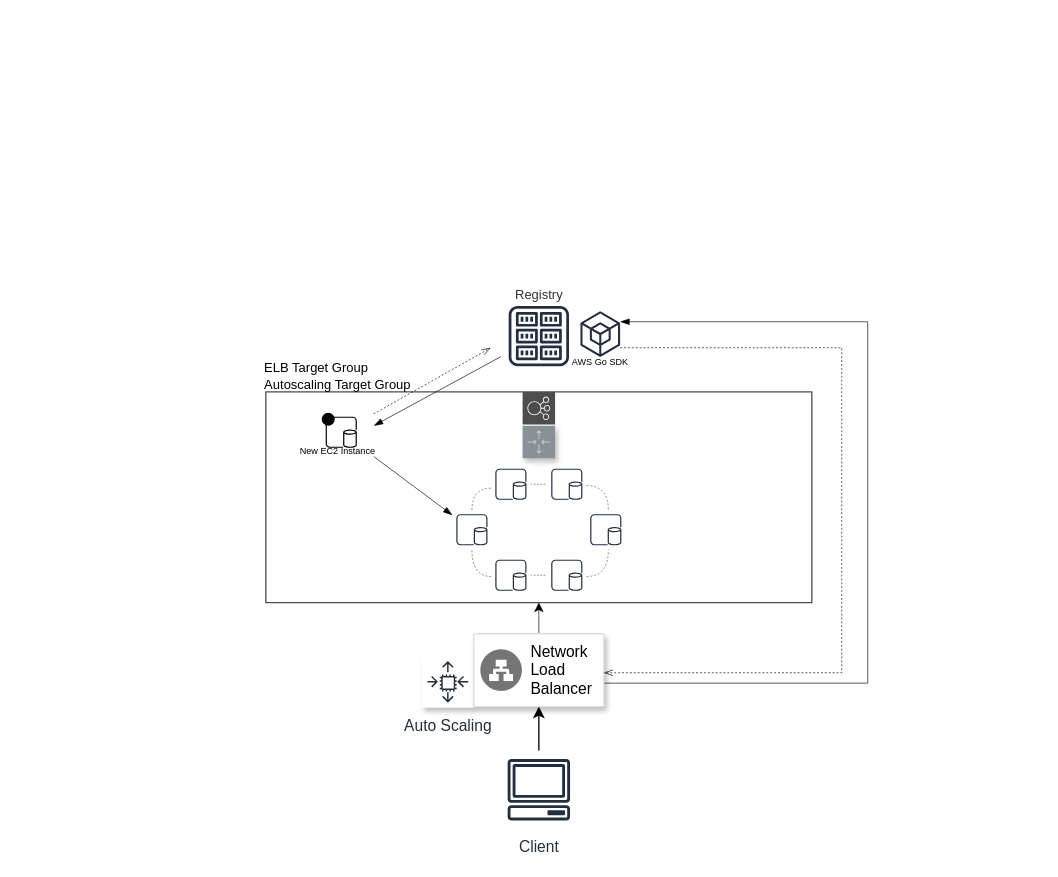
Earlier version of the draw.io diagram page "Ring Joining" (5 of 7) of .doc/diagrams/System Architecture.drawio (danilo-dellorco/JDSys). Source tidied: cells renumbered, new cells numbered last; positions are measured from the earlier drawing's top-left corner, leaving out a move shared by most shapes. Both pictures are drawn from the tidied source at 130%, with x=0, y=0 at pixel (252, 281).
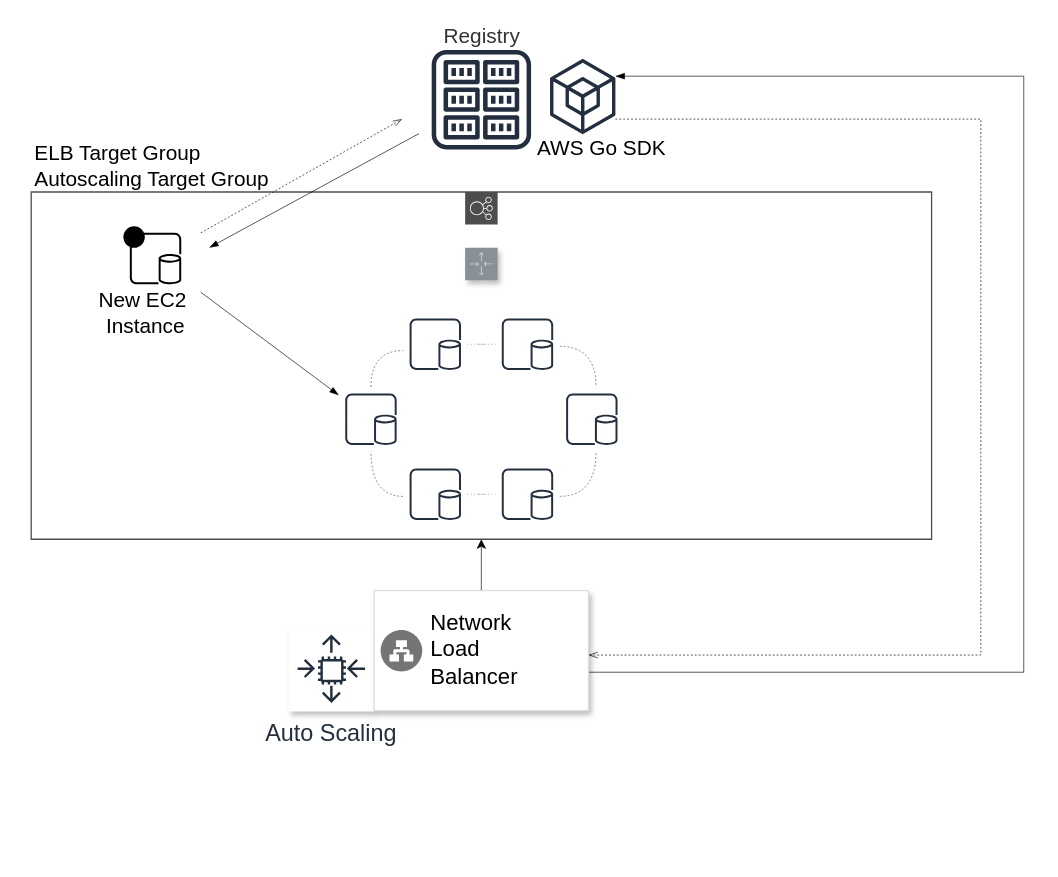
After the change.

Change to the diagram source:
```diff
@@
-    <mxCell id="2" value="Auto Scaling" style="sketch=0;fontColor=#232F3E;gradientColor=none;strokeColor=#232F3E;fillColor=default;dashed=0;verticalLabelPosition=bottom;verticalAlign=top;align=center;html=1;fontSize=12;fontStyle=0;shape=mxgraph.aws4.resourceIcon;resIcon=mxgraph.aws4.auto_scaling;strokeWidth=2;perimeterSpacing=6;shadow=1;" parent="1" vertex="1">
-      <mxGeometry x="130" y="288" width="40" height="40" as="geometry" />
+    <mxCell id="2" value="Auto Scaling" style="sketch=0;fontColor=#232F3E;gradientColor=none;strokeColor=#232F3E;fillColor=default;dashed=0;verticalLabelPosition=bottom;verticalAlign=top;align=center;html=1;fontSize=18;fontStyle=0;shape=mxgraph.aws4.resourceIcon;resIcon=mxgraph.aws4.auto_scaling;strokeWidth=2;perimeterSpacing=6;shadow=1;" parent="1" vertex="1">
+      <mxGeometry x="27.4" y="264.9" width="66" height="66" as="geometry" />
     </mxCell>
     <mxCell id="3" style="sketch=0;outlineConnect=0;gradientColor=none;html=1;whiteSpace=wrap;fontSize=12;fontStyle=0;shape=mxgraph.aws4.groupCenter;grIcon=mxgraph.aws4.group_elastic_load_balancing;grStroke=1;strokeColor=#4D4D4D;fillColor=none;verticalAlign=top;align=center;fontColor=#007DBC;dashed=0;spacingTop=25;" parent="1" vertex="1">
-      <mxGeometry x="10" y="85" width="420" height="162" as="geometry" />
+      <mxGeometry x="-170.5" y="-68.8" width="692.6" height="267.1" as="geometry" />
     </mxCell>
-    <mxCell id="4" style="edgeStyle=orthogonalEdgeStyle;rounded=0;jettySize=auto;html=1;entryX=0.5;entryY=1;entryDx=0;entryDy=0;" parent="1" edge="1" source="5" target="9">
-      <mxGeometry relative="1" as="geometry" />
-    </mxCell>
-    <mxCell id="5" value="Client" style="sketch=0;outlineConnect=0;fontColor=#232F3E;gradientColor=none;strokeColor=#232F3E;fillColor=#ffffff;dashed=0;verticalLabelPosition=bottom;verticalAlign=top;align=center;html=1;fontSize=12;fontStyle=0;shape=mxgraph.aws4.resourceIcon;resIcon=mxgraph.aws4.client;" parent="1" vertex="1">
-      <mxGeometry x="190" y="361" width="60" height="60" as="geometry" />
-    </mxCell>
     <mxCell id="6" style="sketch=0;outlineConnect=0;fontColor=#232F3E;gradientColor=none;fillColor=#232F3E;strokeColor=none;dashed=0;verticalLabelPosition=bottom;verticalAlign=top;align=center;html=1;fontSize=12;fontStyle=0;shape=mxgraph.aws4.external_sdk;" parent="1" vertex="1">
-      <mxGeometry x="252" y="23" width="30.5" height="35" as="geometry" />
+      <mxGeometry x="228.6" y="-171.1" width="50.3" height="57.7" as="geometry" />
     </mxCell>
@@
     <mxCell id="8" style="edgeStyle=orthogonalEdgeStyle;rounded=0;jettySize=auto;html=1;fontSize=7;startArrow=none;startFill=0;endArrow=blockThin;endFill=1;strokeColor=default;strokeWidth=0.5;" parent="1" edge="1" source="9" target="6">
       <mxGeometry relative="1" as="geometry">
         <Array as="points">
-          <mxPoint x="473" y="309" />
-          <mxPoint x="473" y="31" />
+          <mxPoint x="593" y="300.6" />
+          <mxPoint x="593" y="-157.9" />
         </Array>
       </mxGeometry>
     </mxCell>
     <mxCell id="9" style="strokeColor=#dddddd;shadow=1;strokeWidth=1;rounded=1;absoluteArcSize=1;arcSize=2;" parent="1" vertex="1">
-      <mxGeometry x="170" y="271" width="100" height="56" as="geometry" />
+      <mxGeometry x="93.3" y="237.9" width="164.9" height="92.3" as="geometry" />
     </mxCell>
-    <mxCell id="10" value="Network&#10;Load&#10;Balancer" style="sketch=0;dashed=0;html=1;fillColor=#757575;strokeColor=none;shape=mxgraph.gcp2.network_load_balancer;labelPosition=right;verticalLabelPosition=middle;align=left;verticalAlign=middle;spacingLeft=5;fontSize=12;" parent="9" vertex="1">
+    <mxCell id="10" value="Network&#10;Load&#10;Balancer" style="sketch=0;dashed=0;html=1;fillColor=#757575;strokeColor=none;shape=mxgraph.gcp2.network_load_balancer;labelPosition=right;verticalLabelPosition=middle;align=left;verticalAlign=middle;spacingLeft=5;fontSize=17;" parent="9" vertex="1">
       <mxGeometry y="0.5" width="32" height="32" relative="1" as="geometry">
         <mxPoint x="5" y="-16" as="offset" />
       </mxGeometry>
     </mxCell>
-    <mxCell id="11" style="edgeStyle=orthogonalEdgeStyle;curved=1;rounded=0;jettySize=auto;html=1;fontSize=10;startArrow=none;startFill=0;endArrow=none;endFill=0;strokeColor=#4D4D4D;strokeWidth=0.5;dashed=1;" parent="1" edge="1" source="12" target="28">
-      <mxGeometry relative="1" as="geometry">
-        <Array as="points">
-          <mxPoint x="168.5" y="159" />
-        </Array>
-      </mxGeometry>
-    </mxCell>
     <mxCell id="12" style="sketch=0;outlineConnect=0;fontColor=#232F3E;gradientColor=none;strokeColor=#232F3E;fillColor=#ffffff;dashed=0;verticalLabelPosition=bottom;verticalAlign=top;align=center;html=1;fontSize=12;fontStyle=0;shape=mxgraph.aws4.resourceIcon;resIcon=mxgraph.aws4.db_on_instance;" parent="1" vertex="1">
-      <mxGeometry x="153.5" y="176" width="30" height="30" as="geometry" />
+      <mxGeometry x="66.1" y="81.2" width="49.5" height="49.5" as="geometry" />
     </mxCell>
@@
     <mxCell id="14" style="sketch=0;outlineConnect=0;fontColor=#232F3E;strokeColor=#000000;fillColor=none;verticalLabelPosition=bottom;verticalAlign=top;align=center;html=1;fontSize=12;fontStyle=0;shape=mxgraph.aws4.resourceIcon;resIcon=mxgraph.aws4.db_on_instance;strokeWidth=10;perimeterSpacing=10;shadow=0;" parent="1" vertex="1">
-      <mxGeometry x="53" y="101" width="30" height="30" as="geometry" />
+      <mxGeometry x="-99.6" y="-42.4" width="49.5" height="49.5" as="geometry" />
     </mxCell>
     <mxCell id="15" style="rounded=0;jettySize=auto;html=1;fontSize=10;startArrow=none;startFill=0;endArrow=blockThin;endFill=1;strokeColor=default;strokeWidth=0.5;" parent="1" edge="1" source="16">
       <mxGeometry relative="1" as="geometry">
-        <mxPoint x="93" y="111" as="targetPoint" />
+        <mxPoint x="-33.6" y="-26" as="targetPoint" />
       </mxGeometry>
     </mxCell>
     <mxCell id="16" style="sketch=0;outlineConnect=0;fontColor=#232F3E;gradientColor=none;strokeColor=#232F3E;fillColor=#ffffff;dashed=0;verticalLabelPosition=bottom;verticalAlign=top;align=center;html=1;fontSize=12;fontStyle=0;shape=mxgraph.aws4.resourceIcon;resIcon=mxgraph.aws4.registry;" parent="1" vertex="1">
-      <mxGeometry x="191" y="13" width="58" height="58" as="geometry" />
+      <mxGeometry x="128" y="-187.6" width="95.6" height="95.6" as="geometry" />
     </mxCell>
-    <mxCell id="17" value="&lt;font style=&quot;font-size: 10px&quot; color=&quot;#333333&quot;&gt;Registry&lt;/font&gt;" style="text;html=1;align=center;verticalAlign=middle;strokeColor=none;fillColor=none;" parent="1" vertex="1">
-      <mxGeometry x="195" width="50" height="20" as="geometry" />
+    <mxCell id="17" value="&lt;font style=&quot;font-size: 16px;&quot; color=&quot;#333333&quot;&gt;Registry&lt;/font&gt;" style="text;html=1;align=center;verticalAlign=middle;strokeColor=none;fillColor=none;fontSize=16;" parent="1" vertex="1">
+      <mxGeometry x="140.8" y="-199" width="70" height="20" as="geometry" />
     </mxCell>
-    <mxCell id="18" value="&lt;div style=&quot;text-align: left&quot;&gt;&lt;span style=&quot;font-size: 10px&quot;&gt;ELB Target Group&lt;/span&gt;&lt;/div&gt;&lt;font style=&quot;font-size: 10px&quot;&gt;&lt;div style=&quot;text-align: left&quot;&gt;&lt;span&gt;Autoscaling Target Group&lt;/span&gt;&lt;/div&gt;&lt;/font&gt;" style="text;html=1;align=center;verticalAlign=middle;strokeColor=none;fillColor=none;" parent="1" vertex="1">
-      <mxGeometry y="57" width="130" height="30" as="geometry" />
+    <mxCell id="18" value="&lt;div style=&quot;text-align: left; font-size: 16px;&quot;&gt;&lt;span style=&quot;font-size: 16px;&quot;&gt;ELB Target Group&lt;/span&gt;&lt;/div&gt;&lt;font style=&quot;font-size: 16px;&quot;&gt;&lt;div style=&quot;text-align: left; font-size: 16px;&quot;&gt;&lt;span style=&quot;font-size: 16px;&quot;&gt;Autoscaling Target Group&lt;/span&gt;&lt;/div&gt;&lt;/font&gt;" style="text;html=1;align=center;verticalAlign=middle;strokeColor=none;fillColor=none;fontSize=16;" parent="1" vertex="1">
+      <mxGeometry x="-177.9" y="-108.8" width="200" height="40" as="geometry" />
     </mxCell>
     <mxCell id="19" style="sketch=0;gradientColor=none;html=1;whiteSpace=wrap;fontSize=12;fontStyle=0;shape=mxgraph.aws4.groupCenter;grIcon=mxgraph.aws4.group_auto_scaling_group;grStroke=0;strokeColor=#879196;fillColor=none;verticalAlign=top;align=center;fontColor=#879196;dashed=0;spacingTop=25;shadow=1;" parent="1" vertex="1">
-      <mxGeometry x="210" y="111" width="20" height="30" as="geometry" />
+      <mxGeometry x="159.3" y="-26" width="33" height="49.5" as="geometry" />
     </mxCell>
     <mxCell id="20" style="html=1;labelBackgroundColor=#ffffff;startArrow=none;startFill=0;startSize=6;endArrow=openThin;endFill=0;endSize=6;jettySize=auto;strokeWidth=0.5;dashed=1;fontSize=14;strokeColor=default;rounded=0;" parent="1" edge="1" source="14">
       <mxGeometry relative="1" as="geometry">
-        <mxPoint x="183" y="51" as="targetPoint" />
+        <mxPoint x="114.8" y="-124.9" as="targetPoint" />
       </mxGeometry>
     </mxCell>
     <mxCell id="21" style="edgeStyle=orthogonalEdgeStyle;curved=1;rounded=0;jettySize=auto;html=1;dashed=1;fontSize=10;startArrow=none;startFill=0;endArrow=none;endFill=0;strokeColor=#4D4D4D;strokeWidth=0.5;" parent="1" edge="1" source="23" target="12">
       <mxGeometry relative="1" as="geometry">
         <Array as="points">
-          <mxPoint x="168.5" y="227" />
+          <mxPoint x="90.9" y="165.3" />
         </Array>
       </mxGeometry>
     </mxCell>
+    <mxCell id="23" style="sketch=0;outlineConnect=0;fontColor=#232F3E;gradientColor=none;strokeColor=#232F3E;fillColor=#ffffff;dashed=0;verticalLabelPosition=bottom;verticalAlign=top;align=center;html=1;fontSize=12;fontStyle=0;shape=mxgraph.aws4.resourceIcon;resIcon=mxgraph.aws4.db_on_instance;" parent="1" vertex="1">
+      <mxGeometry x="115.6" y="138.9" width="49.5" height="49.5" as="geometry" />
+    </mxCell>
+    <mxCell id="25" style="sketch=0;outlineConnect=0;fontColor=#232F3E;gradientColor=none;strokeColor=#232F3E;fillColor=#ffffff;dashed=0;verticalLabelPosition=bottom;verticalAlign=top;align=center;html=1;fontSize=12;fontStyle=0;shape=mxgraph.aws4.resourceIcon;resIcon=mxgraph.aws4.db_on_instance;" parent="1" vertex="1">
+      <mxGeometry x="186.5" y="138.9" width="49.5" height="49.5" as="geometry" />
+    </mxCell>
@@
-    <mxCell id="23" style="sketch=0;outlineConnect=0;fontColor=#232F3E;gradientColor=none;strokeColor=#232F3E;fillColor=#ffffff;dashed=0;verticalLabelPosition=bottom;verticalAlign=top;align=center;html=1;fontSize=12;fontStyle=0;shape=mxgraph.aws4.resourceIcon;resIcon=mxgraph.aws4.db_on_instance;" parent="1" vertex="1">
-      <mxGeometry x="183.5" y="211" width="30" height="30" as="geometry" />
-    </mxCell>
+    <mxCell id="26" style="sketch=0;outlineConnect=0;fontColor=#232F3E;gradientColor=none;strokeColor=#232F3E;fillColor=#ffffff;dashed=0;verticalLabelPosition=bottom;verticalAlign=top;align=center;html=1;fontSize=12;fontStyle=0;shape=mxgraph.aws4.resourceIcon;resIcon=mxgraph.aws4.db_on_instance;" parent="1" vertex="1">
+      <mxGeometry x="236" y="81.2" width="49.5" height="49.5" as="geometry" />
+    </mxCell>
     <mxCell id="24" style="edgeStyle=orthogonalEdgeStyle;curved=1;rounded=0;jettySize=auto;html=1;dashed=1;fontSize=10;startArrow=none;startFill=0;endArrow=none;endFill=0;strokeColor=#4D4D4D;strokeWidth=0.5;" parent="1" edge="1" source="25" target="26">
       <mxGeometry relative="1" as="geometry">
         <Array as="points">
-          <mxPoint x="273.5" y="227" />
+          <mxPoint x="264" y="165.3" />
         </Array>
       </mxGeometry>
     </mxCell>
-    <mxCell id="25" style="sketch=0;outlineConnect=0;fontColor=#232F3E;gradientColor=none;strokeColor=#232F3E;fillColor=#ffffff;dashed=0;verticalLabelPosition=bottom;verticalAlign=top;align=center;html=1;fontSize=12;fontStyle=0;shape=mxgraph.aws4.resourceIcon;resIcon=mxgraph.aws4.db_on_instance;" parent="1" vertex="1">
-      <mxGeometry x="226.5" y="211" width="30" height="30" as="geometry" />
-    </mxCell>
-    <mxCell id="26" style="sketch=0;outlineConnect=0;fontColor=#232F3E;gradientColor=none;strokeColor=#232F3E;fillColor=#ffffff;dashed=0;verticalLabelPosition=bottom;verticalAlign=top;align=center;html=1;fontSize=12;fontStyle=0;shape=mxgraph.aws4.resourceIcon;resIcon=mxgraph.aws4.db_on_instance;" parent="1" vertex="1">
-      <mxGeometry x="256.5" y="176" width="30" height="30" as="geometry" />
-    </mxCell>
-    <mxCell id="27" style="edgeStyle=orthogonalEdgeStyle;curved=1;rounded=0;jettySize=auto;html=1;dashed=1;fontSize=10;startArrow=none;startFill=0;endArrow=none;endFill=0;strokeColor=#4D4D4D;strokeWidth=0.5;dashPattern=1 4;" parent="1" edge="1" source="28" target="30">
-      <mxGeometry relative="1" as="geometry" />
-    </mxCell>
     <mxCell id="28" style="sketch=0;outlineConnect=0;fontColor=#232F3E;gradientColor=none;strokeColor=#232F3E;fillColor=#ffffff;dashed=0;verticalLabelPosition=bottom;verticalAlign=top;align=center;html=1;fontSize=12;fontStyle=0;shape=mxgraph.aws4.resourceIcon;resIcon=mxgraph.aws4.db_on_instance;" parent="1" vertex="1">
-      <mxGeometry x="183.5" y="141" width="30" height="30" as="geometry" />
+      <mxGeometry x="115.6" y="23.5" width="49.5" height="49.5" as="geometry" />
     </mxCell>
+    <mxCell id="11" style="edgeStyle=orthogonalEdgeStyle;curved=1;rounded=0;jettySize=auto;html=1;fontSize=10;startArrow=none;startFill=0;endArrow=none;endFill=0;strokeColor=#4D4D4D;strokeWidth=0.5;dashed=1;" parent="1" edge="1" source="12" target="28">
+      <mxGeometry relative="1" as="geometry">
+        <Array as="points">
+          <mxPoint x="90.9" y="53.2" />
+        </Array>
+      </mxGeometry>
+    </mxCell>
     <mxCell id="29" style="edgeStyle=orthogonalEdgeStyle;curved=1;rounded=0;jettySize=auto;html=1;dashed=1;fontSize=10;startArrow=none;startFill=0;endArrow=none;endFill=0;strokeColor=#4D4D4D;strokeWidth=0.5;" parent="1" edge="1" source="30" target="26">
       <mxGeometry relative="1" as="geometry">
         <Array as="points">
-          <mxPoint x="273.5" y="157" />
+          <mxPoint x="264" y="49.9" />
         </Array>
       </mxGeometry>
     </mxCell>
     <mxCell id="30" style="sketch=0;outlineConnect=0;fontColor=#232F3E;gradientColor=none;strokeColor=#232F3E;fillColor=#ffffff;dashed=0;verticalLabelPosition=bottom;verticalAlign=top;align=center;html=1;fontSize=12;fontStyle=0;shape=mxgraph.aws4.resourceIcon;resIcon=mxgraph.aws4.db_on_instance;" parent="1" vertex="1">
-      <mxGeometry x="226.5" y="141" width="30" height="30" as="geometry" />
+      <mxGeometry x="186.5" y="23.5" width="49.5" height="49.5" as="geometry" />
     </mxCell>
     <mxCell id="31" style="shape=ellipse;fillColor=#000000;strokeColor=none;html=1;sketch=0;shadow=0;fontSize=10;align=left;" parent="1" vertex="1">
-      <mxGeometry x="53" y="101" width="10" height="10" as="geometry" />
+      <mxGeometry x="-99.6" y="-42.4" width="16.5" height="16.5" as="geometry" />
     </mxCell>
+    <mxCell id="27" style="edgeStyle=orthogonalEdgeStyle;curved=1;rounded=0;jettySize=auto;html=1;dashed=1;fontSize=10;startArrow=none;startFill=0;endArrow=none;endFill=0;strokeColor=#4D4D4D;strokeWidth=0.5;dashPattern=1 4;" parent="1" edge="1" source="28" target="30">
+      <mxGeometry relative="1" as="geometry" />
+    </mxCell>
     <mxCell id="32" style="html=1;labelBackgroundColor=#ffffff;startArrow=none;startFill=0;startSize=6;endArrow=openThin;endFill=0;endSize=6;jettySize=auto;strokeWidth=0.5;dashed=1;fontSize=14;strokeColor=default;rounded=0;edgeStyle=orthogonalEdgeStyle;" parent="1" edge="1" source="6" target="9">
       <mxGeometry relative="1" as="geometry">
         <Array as="points">
-          <mxPoint x="453" y="51" />
-          <mxPoint x="453" y="301" />
+          <mxPoint x="560" y="-124.9" />
+          <mxPoint x="560" y="287.4" />
         </Array>
       </mxGeometry>
     </mxCell>
-    <mxCell id="33" value="&lt;font style=&quot;font-size: 7px&quot;&gt;AWS Go SDK&lt;/font&gt;" style="text;html=1;align=center;verticalAlign=middle;strokeColor=none;fillColor=none;fontSize=10;" parent="1" vertex="1">
-      <mxGeometry x="237" y="51" width="60" height="20" as="geometry" />
+    <mxCell id="33" value="&lt;font style=&quot;font-size: 16px;&quot;&gt;AWS Go SDK&lt;/font&gt;" style="text;html=1;align=center;verticalAlign=middle;strokeColor=none;fillColor=none;fontSize=16;" parent="1" vertex="1">
+      <mxGeometry x="213" y="-113.4" width="110" height="20" as="geometry" />
     </mxCell>
-    <mxCell id="34" value="New EC2 Instance" style="text;html=1;align=center;verticalAlign=middle;strokeColor=none;fillColor=none;fontSize=7;" parent="1" vertex="1">
-      <mxGeometry x="30" y="126" width="70" height="10" as="geometry" />
+    <mxCell id="34" value="New EC2&lt;br&gt;&amp;nbsp;Instance" style="text;html=1;align=center;verticalAlign=middle;strokeColor=none;fillColor=none;fontSize=16;" parent="1" vertex="1">
+      <mxGeometry x="-125.1" y="4" width="80" height="40" as="geometry" />
     </mxCell>
```
